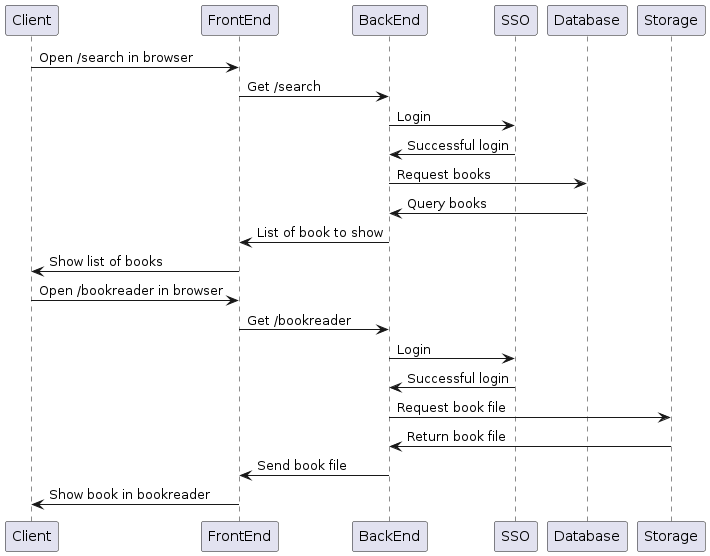
deemp/elibrary keeps this PlantUML diagram as diagrams/dynamic.png. Above is the earlier version. Its source is kept beside it as diagrams/dynamic.puml. Its diagram source:
```plantuml
@startuml dynamic

participant Client
participant FrontEnd
participant BackEnd
participant SSO
participant Database

Client -> FrontEnd : Open /search in browser
FrontEnd -> BackEnd : Get /search
BackEnd -> SSO : Login
SSO -> BackEnd : Successful login
BackEnd -> Database : Request books
Database -> BackEnd : Query books
BackEnd -> FrontEnd : List of book to show
FrontEnd -> Client : Show list of books

Client -> FrontEnd : Open /bookreader in browser
FrontEnd -> BackEnd : Get /bookreader
BackEnd -> SSO : Login
SSO -> BackEnd : Successful login
BackEnd -> Storage : Request book file
Storage -> BackEnd : Return book file
BackEnd -> FrontEnd : Send book file
FrontEnd -> Client : Show book in bookreader

@enduml
```
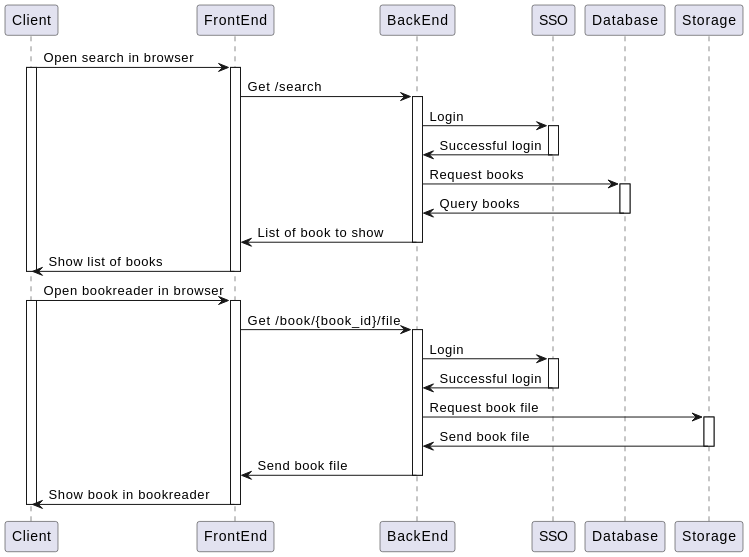
Above is the later version.

Commit message:
[puml] Update dynamic view on architecture

The edit, as a diff of the source:
```diff
@@ -6,22 +6,42 @@
 participant SSO
 participant Database
 
-Client -> FrontEnd : Open /search in browser
+Client -> FrontEnd : Open search in browser
+activate Client
+activate FrontEnd
 FrontEnd -> BackEnd : Get /search
+activate BackEnd
 BackEnd -> SSO : Login
+activate SSO
 SSO -> BackEnd : Successful login
+deactivate SSO
 BackEnd -> Database : Request books
+activate Database
 Database -> BackEnd : Query books
+deactivate Database
 BackEnd -> FrontEnd : List of book to show
+deactivate BackEnd
 FrontEnd -> Client : Show list of books
+deactivate FrontEnd
+deactivate Client
 
-Client -> FrontEnd : Open /bookreader in browser
-FrontEnd -> BackEnd : Get /bookreader
+Client -> FrontEnd : Open bookreader in browser
+activate Client
+activate FrontEnd
+FrontEnd -> BackEnd : Get /book/{book_id}/file
+activate BackEnd
 BackEnd -> SSO : Login
+activate SSO
 SSO -> BackEnd : Successful login
+deactivate SSO
 BackEnd -> Storage : Request book file
-Storage -> BackEnd : Return book file
+activate Storage
+Storage -> BackEnd : Send book file
+deactivate Storage
 BackEnd -> FrontEnd : Send book file
+deactivate BackEnd
 FrontEnd -> Client : Show book in bookreader
+deactivate FrontEnd
+deactivate Client
 
 @enduml
```
